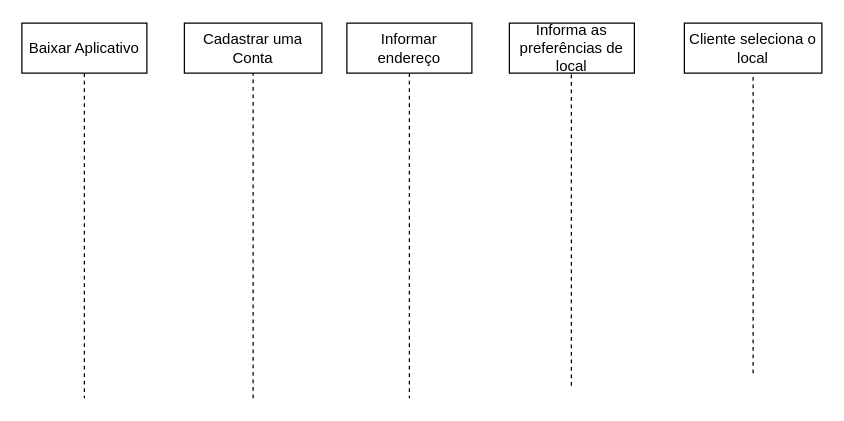
Before: Diagrama sem nome.drawio in giovannacostasi/UML-Classroom-FCI, a draw.io diagram. Source tidied: cells renumbered, new cells numbered last; positions are measured from the earlier drawing's top-left corner, leaving out a move shared by most shapes. Both pictures are drawn from the tidied source at 125%, with x=0, y=0 at pixel (21, 22).
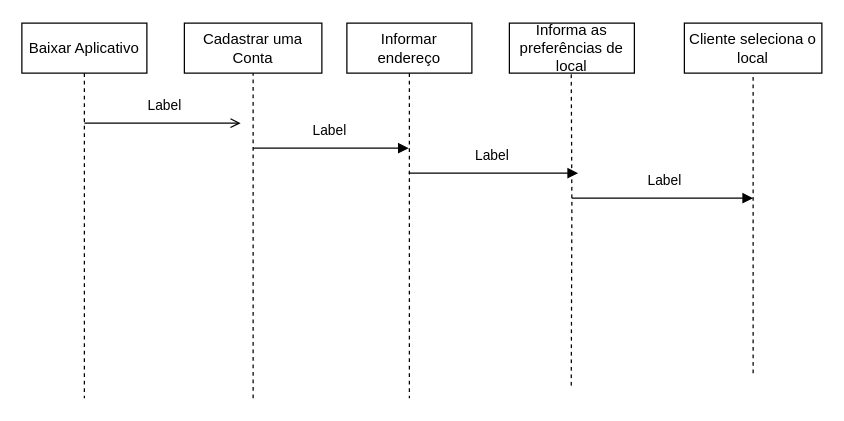
Above is the later version.

Commit message:
diagrama de sequencia

The change refers to these unchanged cells:
```xml
<mxCell id="3" value="Informar endereço" style="shape=umlLifeline;perimeter=lifelinePerimeter;whiteSpace=wrap;html=1;outlineConnect=0;portConstraint=eastwest;newEdgeStyle={&quot;edgeStyle&quot;:&quot;elbowEdgeStyle&quot;,&quot;elbow&quot;:&quot;vertical&quot;,&quot;curved&quot;:0,&quot;rounded&quot;:0};" parent="1" vertex="1">
  <mxGeometry x="260" width="100" height="300" as="geometry" />
</mxCell>
```

Change to the diagram source:
```diff
@@
     <mxCell id="5" style="endArrow=none;dashed=1;html=1;rounded=0;" parent="1" edge="1">
       <mxGeometry relative="1" as="geometry">
-        <mxPoint x="439.6" y="290" as="sourcePoint" />
-        <mxPoint x="439.6" y="40" as="targetPoint" />
+        <mxPoint x="439.5" y="290" as="sourcePoint" />
+        <mxPoint x="439.5" y="40" as="targetPoint" />
+        <Array as="points">
+          <mxPoint x="440" y="145" />
+        </Array>
       </mxGeometry>
     </mxCell>
@@
+    <mxCell id="10" style="endArrow=open;html=1;rounded=0;endFill=0;" parent="1" edge="1">
+      <mxGeometry relative="1" as="geometry">
+        <mxPoint x="50" y="80" as="sourcePoint" />
+        <mxPoint x="175" y="80" as="targetPoint" />
+        <Array as="points">
+          <mxPoint x="100" y="80" />
+          <mxPoint x="130" y="80" />
+        </Array>
+      </mxGeometry>
+    </mxCell>
+    <mxCell id="11" value="Label" style="edgeLabel;html=1;align=center;verticalAlign=middle;" parent="10" vertex="1">
+      <mxGeometry relative="1" as="geometry">
+        <mxPoint y="-15" as="offset" />
+      </mxGeometry>
+    </mxCell>
+    <mxCell id="12" style="endArrow=block;html=1;rounded=0;endFill=1;" parent="1" edge="1" target="3">
+      <mxGeometry relative="1" as="geometry">
+        <mxPoint x="185" y="100" as="sourcePoint" />
+        <Array as="points">
+          <mxPoint x="290" y="100" />
+        </Array>
+      </mxGeometry>
+    </mxCell>
+    <mxCell id="13" value="Label" style="edgeLabel;html=1;align=center;verticalAlign=middle;" parent="12" vertex="1">
+      <mxGeometry relative="1" as="geometry">
+        <mxPoint x="-2" y="-15" as="offset" />
+      </mxGeometry>
+    </mxCell>
+    <mxCell id="14" style="endArrow=block;html=1;rounded=0;endFill=1;" parent="1" edge="1" source="3">
+      <mxGeometry relative="1" as="geometry">
+        <mxPoint x="445" y="120" as="targetPoint" />
+        <Array as="points">
+          <mxPoint x="375" y="120" />
+        </Array>
+      </mxGeometry>
+    </mxCell>
+    <mxCell id="15" value="Label" style="edgeLabel;html=1;align=center;verticalAlign=middle;" parent="14" vertex="1">
+      <mxGeometry relative="1" as="geometry">
+        <mxPoint x="-2" y="-15" as="offset" />
+      </mxGeometry>
+    </mxCell>
+    <mxCell id="16" style="endArrow=block;html=1;rounded=0;endFill=1;" parent="1" edge="1">
+      <mxGeometry relative="1" as="geometry">
+        <mxPoint x="440" y="140" as="sourcePoint" />
+        <mxPoint x="585" y="140" as="targetPoint" />
+      </mxGeometry>
+    </mxCell>
+    <mxCell id="17" value="Label" style="edgeLabel;html=1;align=center;verticalAlign=middle;" parent="16" vertex="1">
+      <mxGeometry relative="1" as="geometry">
+        <mxPoint y="-15" as="offset" />
+      </mxGeometry>
+    </mxCell>
```
